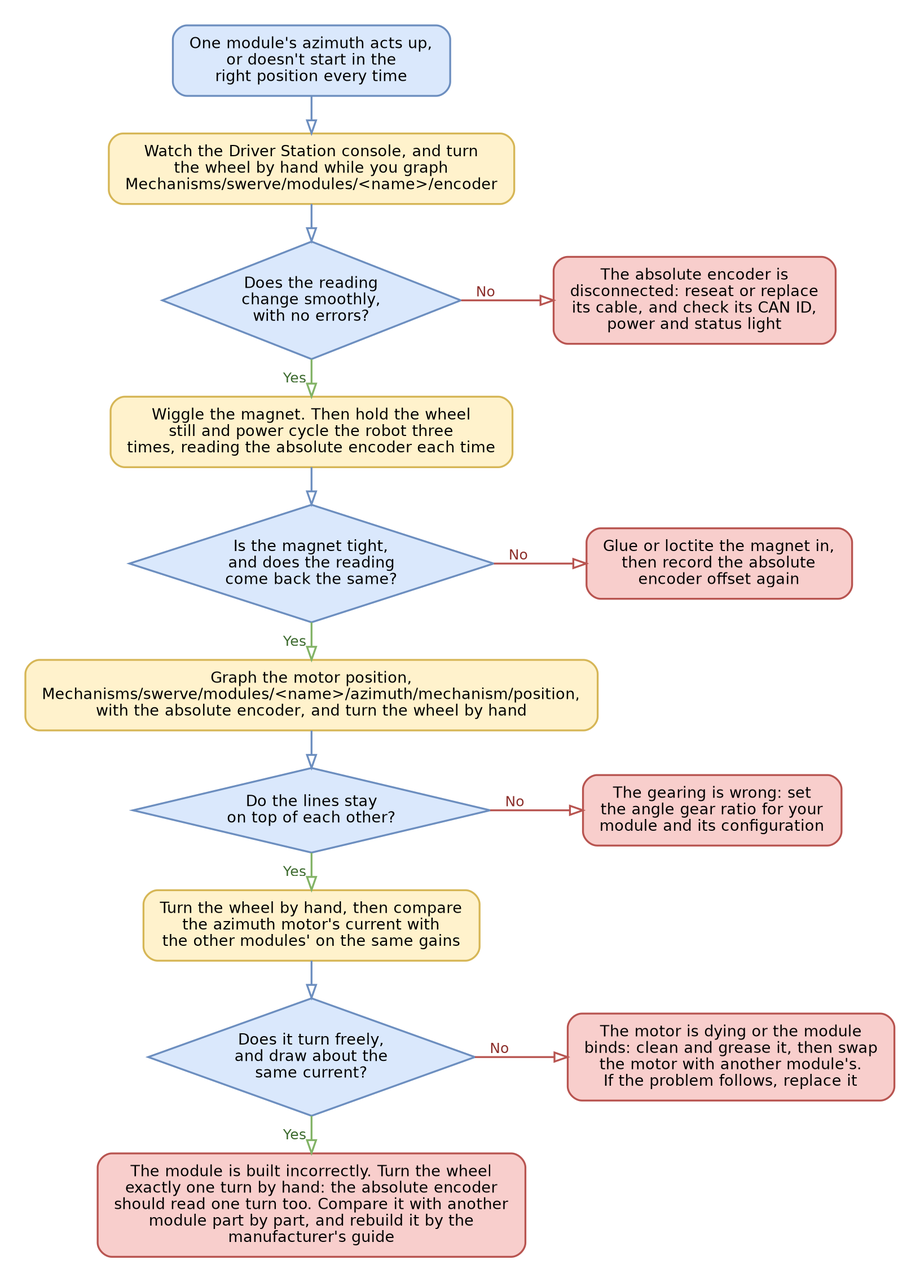
Above: .gitbook/assets/yagsl-flowchart-azimuth.png in Yet-Another-Software-Suite/YAGSL-gitbook (Graphviz), before the change. Its source is kept beside it as .gitbook/assets/yagsl-flowchart-azimuth.dot.
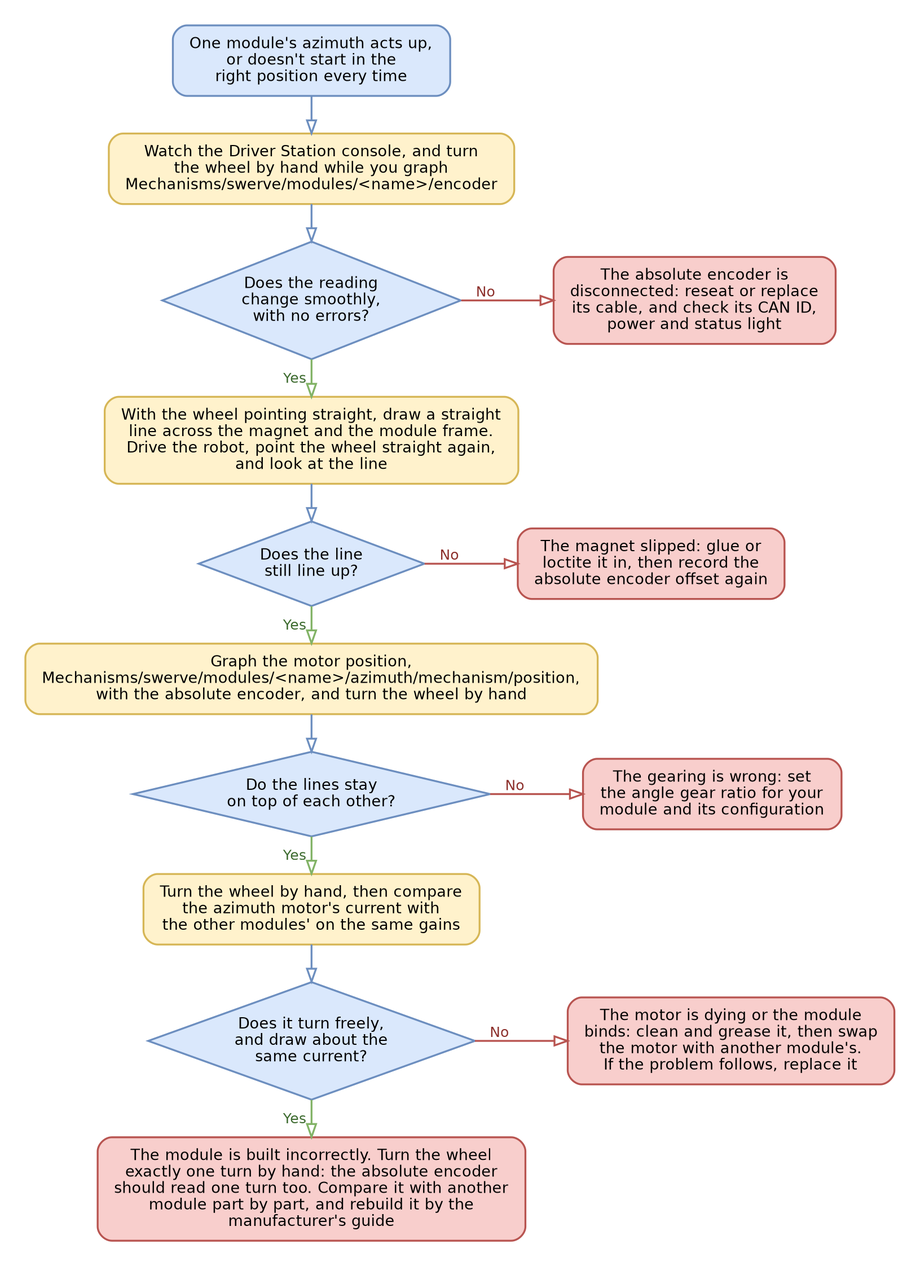
Above is the later version.

Commit message:
One-module flowchart: check the magnet with a marked line, not by wiggling it

The edit, as a diff of the source:
```diff
@@ -12,9 +12,15 @@
   h1 -> q1 [color="#6c8ebf", weight=10];
   q1 -> f1 [xlabel=" No ", color="#b85450", fontcolor="#8c2f2b"];
   q1 -> h2 [xlabel=" Yes ", color="#82b366", fontcolor="#3d6b2f", weight=10];
-  h2 [label="Wiggle the magnet. Then hold the wheel\nstill and power cycle the robot three\ntimes, reading the absolute encoder each time", shape=box, style="rounded,filled", fillcolor="#fff2cc", color="#d6b656"];
-  q2 [label="Is the magnet tight,\nand does the reading\ncome back the same?", shape=diamond, style=filled, fillcolor="#dae8fc", color="#6c8ebf", margin="0.05,0.05"];
-  f2 [label="Glue or loctite the magnet in,\nthen record the absolute\nencoder offset again", shape=box, style="rounded,filled", fillcolor="#f8cecc", color="#b85450"];
+  h2 [label="With the wheel pointing straight, draw a straight
+line across the magnet and the module frame.
+Drive the robot, point the wheel straight again,
+and look at the line", shape=box, style="rounded,filled", fillcolor="#fff2cc", color="#d6b656"];
+  q2 [label="Does the line
+still line up?", shape=diamond, style=filled, fillcolor="#dae8fc", color="#6c8ebf", margin="0.05,0.05"];
+  f2 [label="The magnet slipped: glue or
+loctite it in, then record the
+absolute encoder offset again", shape=box, style="rounded,filled", fillcolor="#f8cecc", color="#b85450"];
   {rank=same; q2; f2;}
   h2 -> q2 [color="#6c8ebf", weight=10];
   q2 -> f2 [xlabel=" No ", color="#b85450", fontcolor="#8c2f2b"];
```
